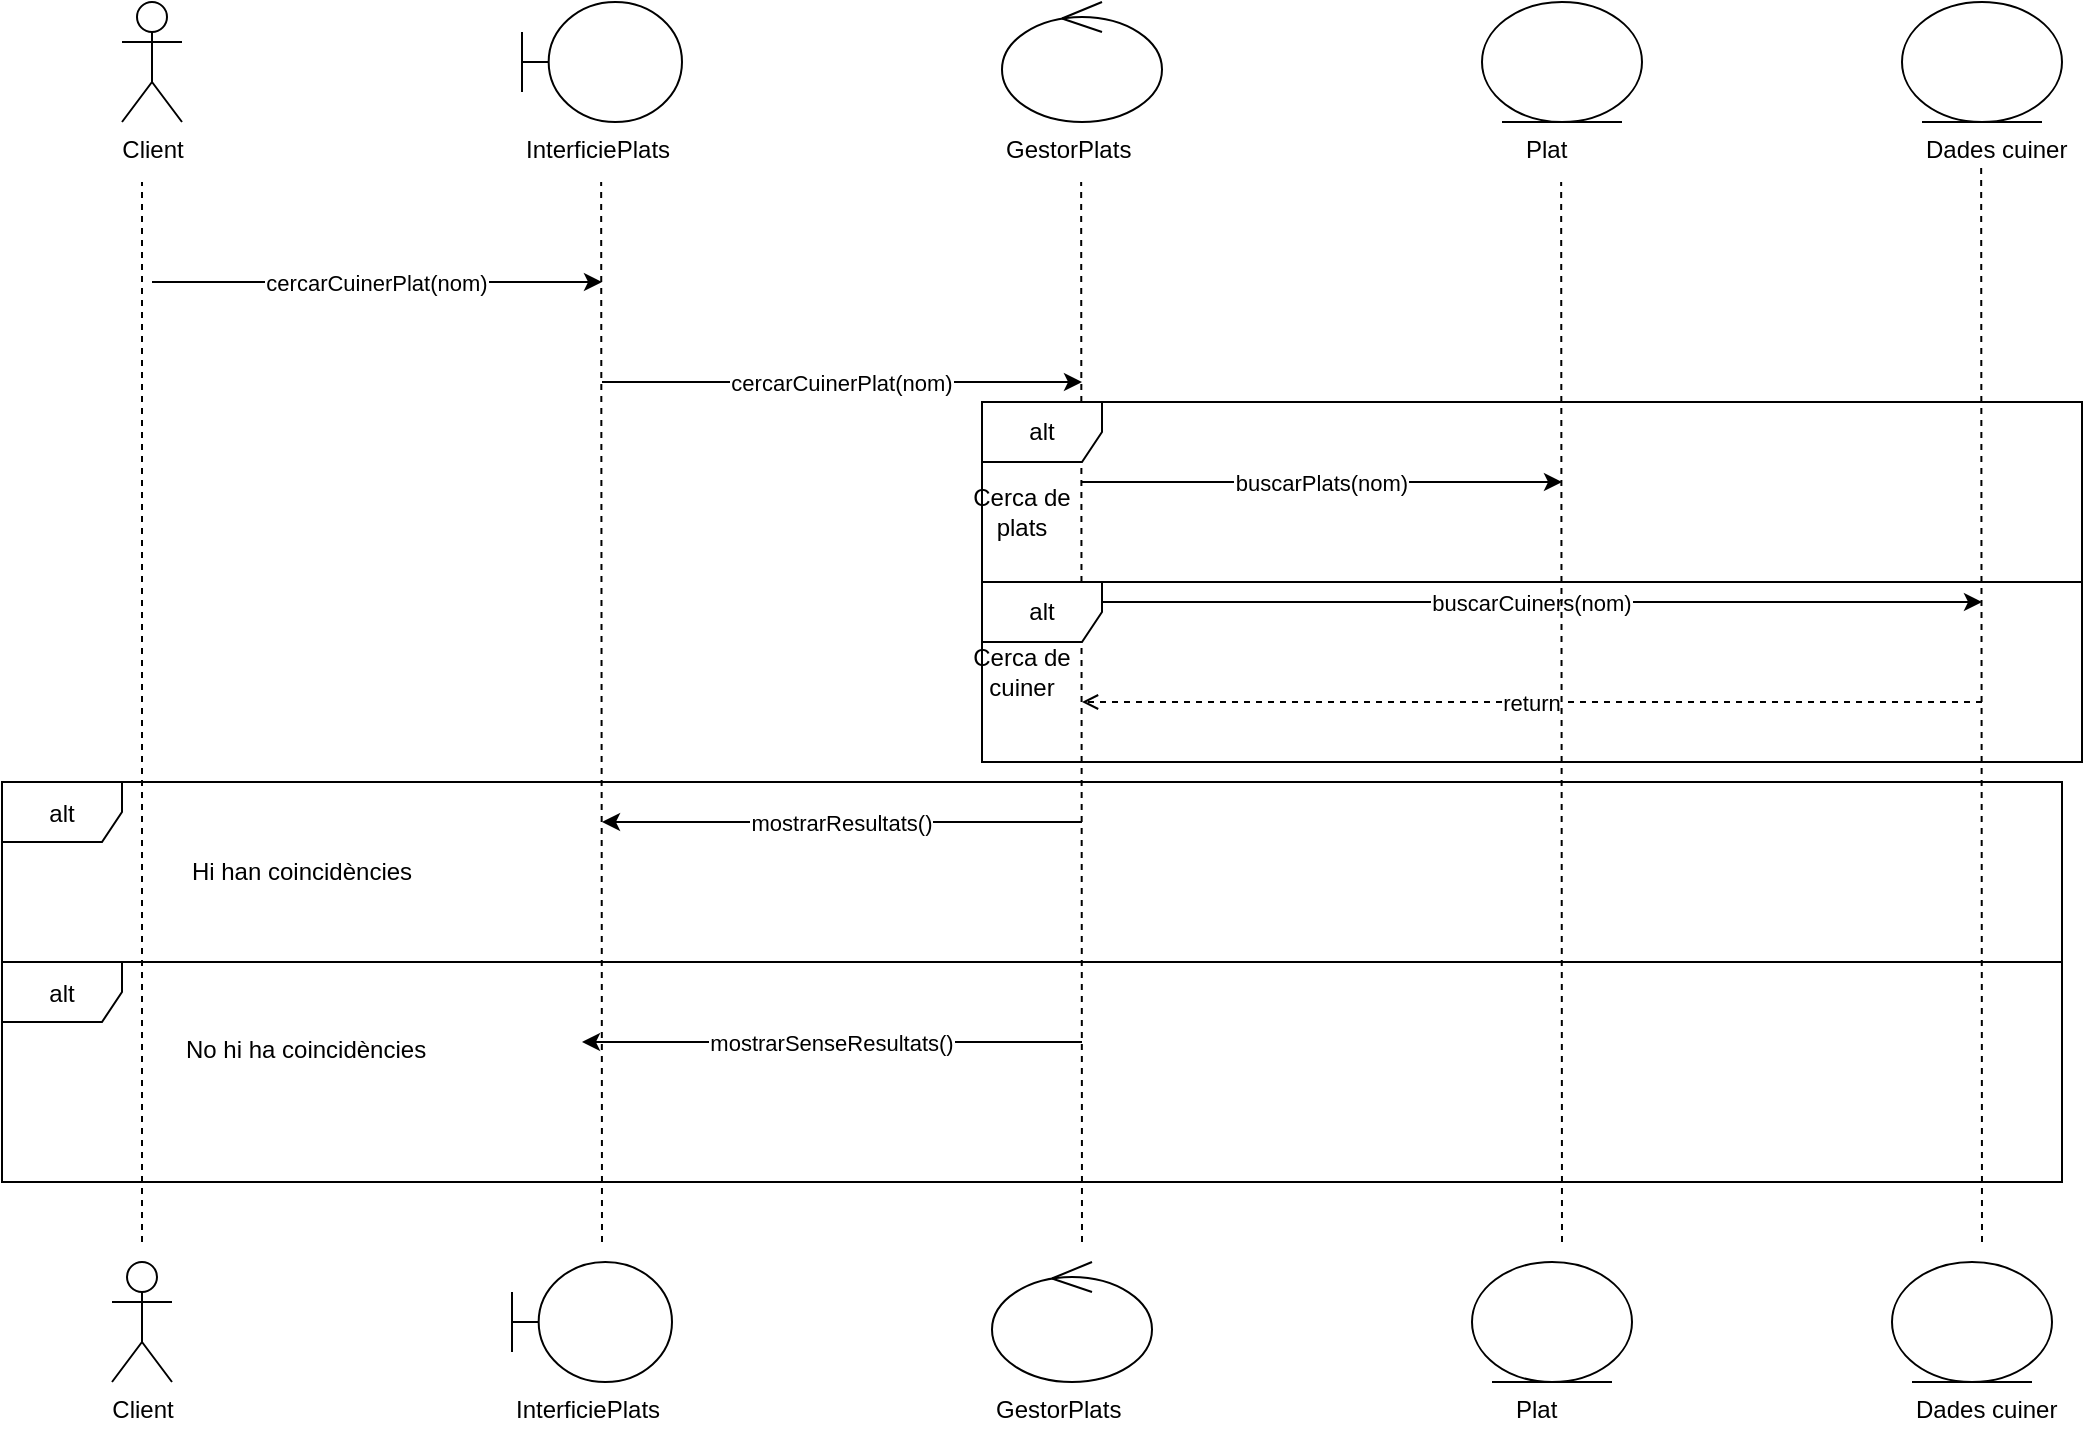
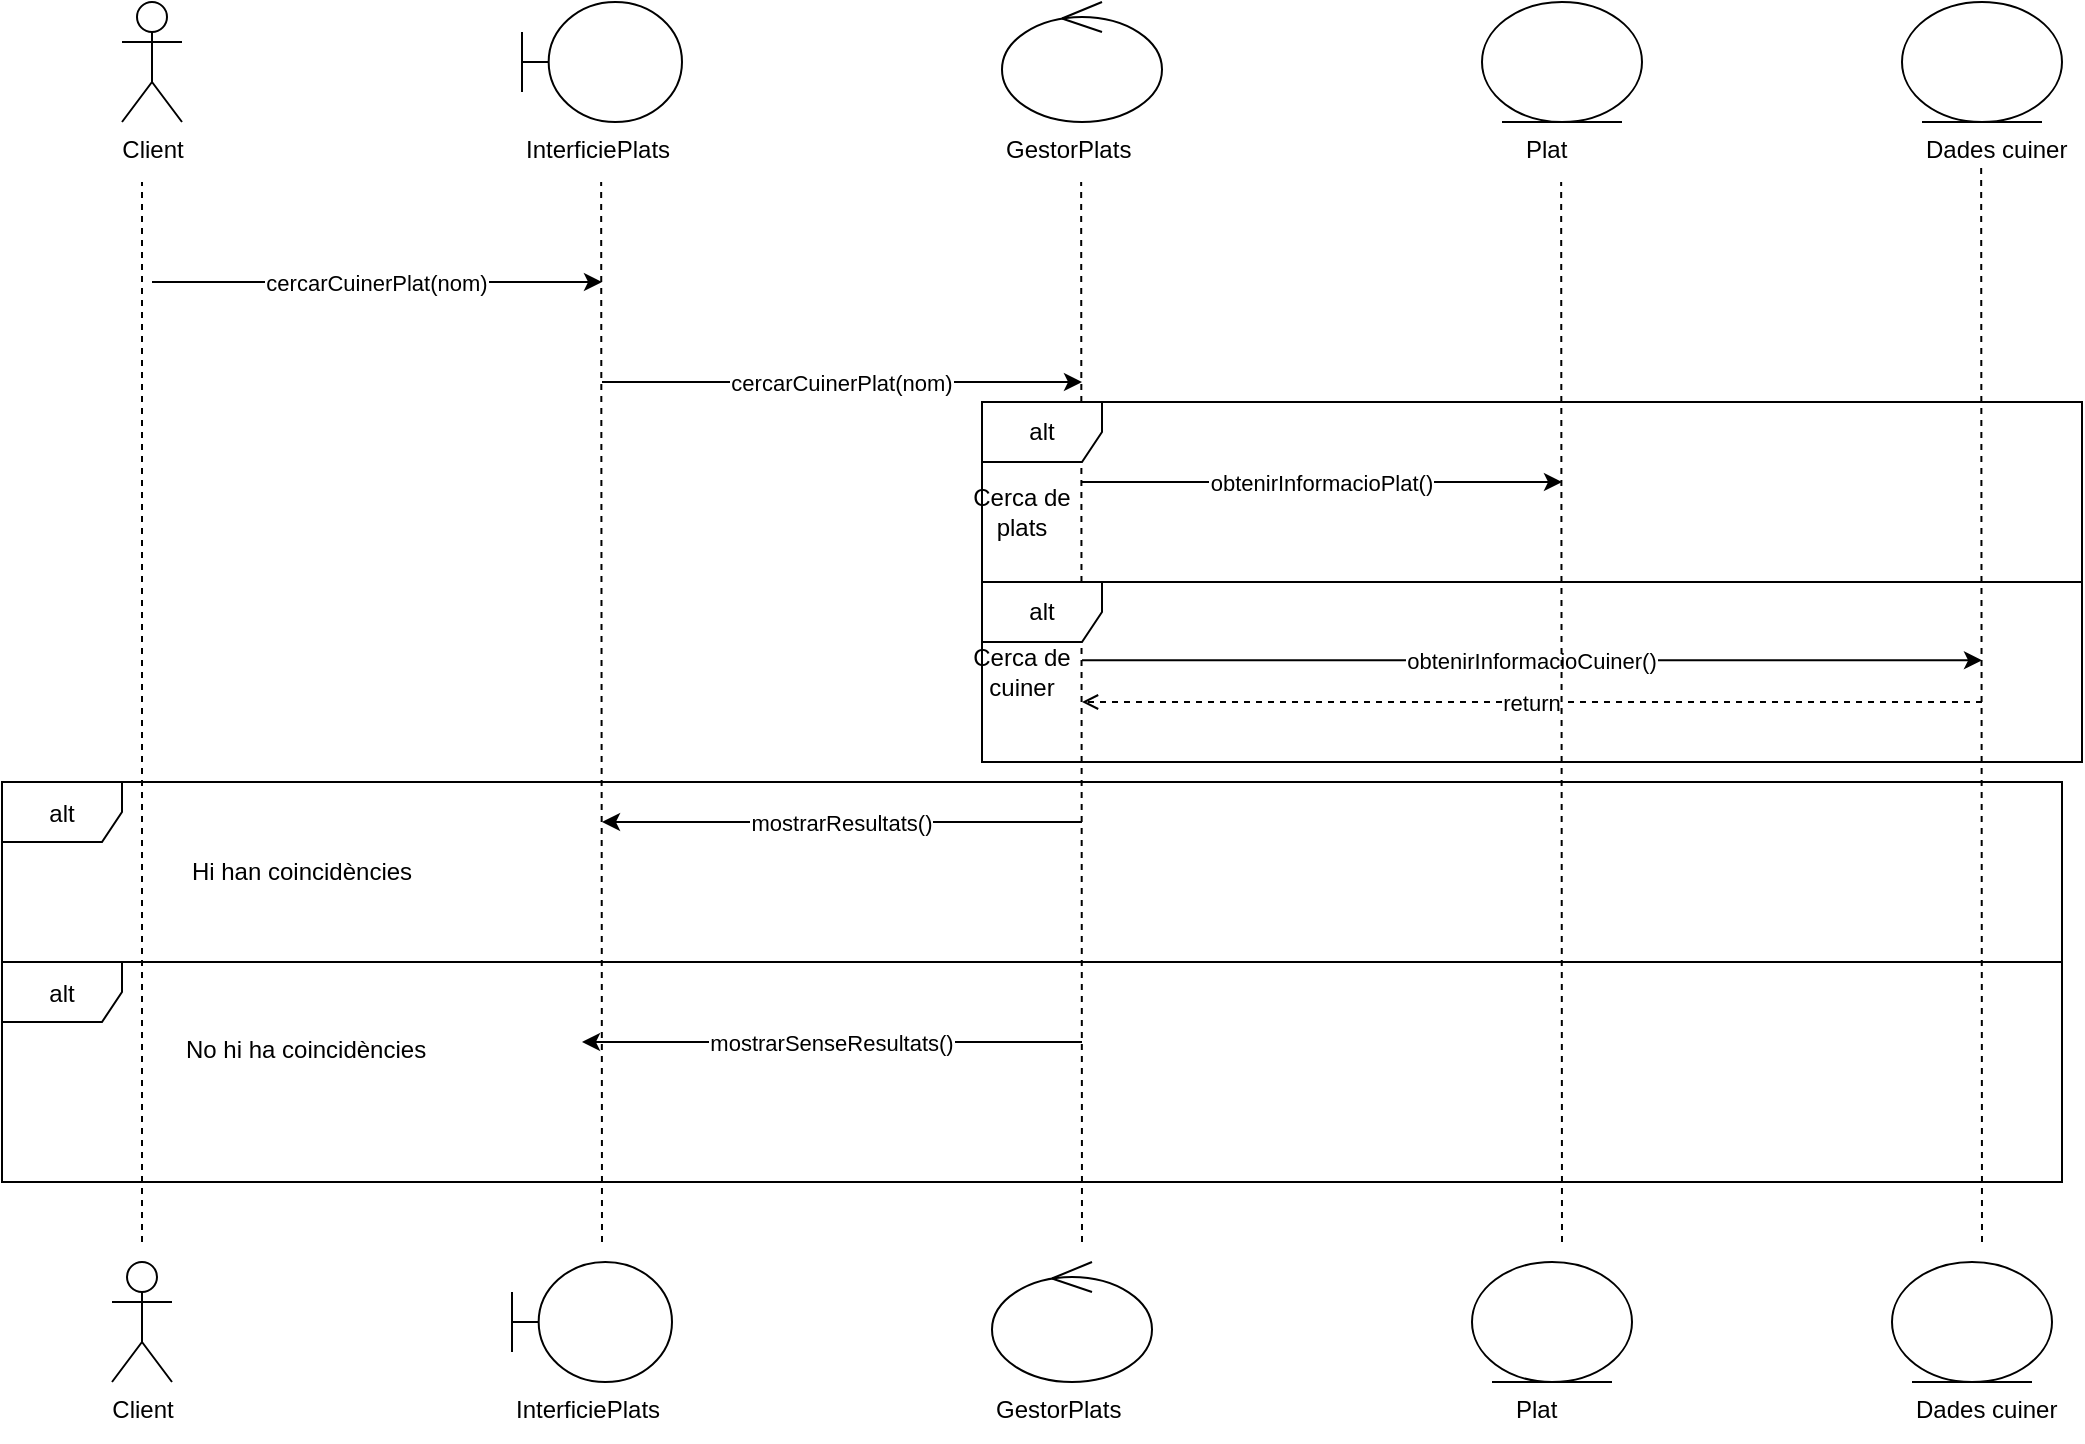
<mxfile host="Electron">
  <diagram name="Página-1" id="cercar_cuiner_plat">
-     <mxGraphModel dx="1824" dy="1185" grid="1" gridSize="10" guides="1" tooltips="1" connect="1" arrows="1" fold="1" page="1" pageScale="1" pageWidth="827" pageHeight="1169" math="0" shadow="0">
+     <mxGraphModel dx="1688" dy="1001" grid="1" gridSize="10" guides="1" tooltips="1" connect="1" arrows="1" fold="1" page="1" pageScale="1" pageWidth="827" pageHeight="1169" math="0" shadow="0">
      <root>
        <mxCell id="0" />
        <mxCell id="1" parent="0" />
        <mxCell id="client" parent="1" style="shape=umlActor;verticalLabelPosition=bottom;verticalAlign=top;html=1;" value="Client" vertex="1">
          <mxGeometry height="60" width="30" x="80" y="80" as="geometry" />
        </mxCell>
        <mxCell id="boundary" parent="1" style="shape=umlBoundary;html=1;" value="" vertex="1">
          <mxGeometry height="60" width="80" x="280" y="80" as="geometry" />
        </mxCell>
        <mxCell id="txt1" parent="1" style="text;strokeColor=none;fillColor=none;" value="InterficiePlats" vertex="1">
          <mxGeometry height="30" width="100" x="280" y="140" as="geometry" />
        </mxCell>
        <mxCell id="control" parent="1" style="ellipse;shape=umlControl;html=1;" value="" vertex="1">
          <mxGeometry height="60" width="80" x="520" y="80" as="geometry" />
        </mxCell>
        <mxCell id="txt2" parent="1" style="text;strokeColor=none;fillColor=none;" value="GestorPlats" vertex="1">
          <mxGeometry height="30" width="90" x="520" y="140" as="geometry" />
        </mxCell>
        <mxCell id="entity1" parent="1" style="ellipse;shape=umlEntity;html=1;" value="" vertex="1">
          <mxGeometry height="60" width="80" x="760" y="80" as="geometry" />
        </mxCell>
        <mxCell id="txt3" parent="1" style="text;strokeColor=none;fillColor=none;" value="Plat" vertex="1">
          <mxGeometry height="30" width="50" x="780" y="140" as="geometry" />
        </mxCell>
        <mxCell id="entity2" parent="1" style="ellipse;shape=umlEntity;html=1;" value="" vertex="1">
          <mxGeometry height="60" width="80" x="970" y="80" as="geometry" />
        </mxCell>
        <mxCell id="txt4" parent="1" style="text;strokeColor=none;fillColor=none;" value="Dades cuiner" vertex="1">
          <mxGeometry height="30" width="70" x="980" y="140" as="geometry" />
        </mxCell>
        <mxCell id="m1" edge="1" parent="1" style="endArrow=classic;" value="cercarCuinerPlat(nom)">
          <mxGeometry relative="1" as="geometry">
            <mxPoint x="95" y="220" as="sourcePoint" />
            <mxPoint x="320" y="220" as="targetPoint" />
          </mxGeometry>
        </mxCell>
        <mxCell id="m2" edge="1" parent="1" style="endArrow=classic;" value="cercarCuinerPlat(nom)">
          <mxGeometry relative="1" as="geometry">
            <mxPoint x="320" y="270" as="sourcePoint" />
            <mxPoint x="560" y="270" as="targetPoint" />
          </mxGeometry>
        </mxCell>
-         <mxCell id="m3" edge="1" parent="1" style="endArrow=classic;" value="buscarPlats(nom)">
+         <mxCell id="m3" edge="1" parent="1" style="endArrow=classic;" value="obtenirInformacioPlat()">
          <mxGeometry relative="1" as="geometry">
            <mxPoint x="560" y="320" as="sourcePoint" />
            <mxPoint x="800" y="320" as="targetPoint" />
          </mxGeometry>
        </mxCell>
-         <mxCell id="m4" edge="1" parent="1" style="endArrow=classic;" value="buscarCuiners(nom)">
+         <mxCell id="m4" edge="1" parent="1" style="endArrow=classic;" value="obtenirInformacioCuiner()">
          <mxGeometry relative="1" as="geometry">
-             <mxPoint x="560" y="380" as="sourcePoint" />
-             <mxPoint x="1010" y="380" as="targetPoint" />
+             <mxPoint x="560" y="409.17" as="sourcePoint" />
+             <mxPoint x="1010" y="409.17" as="targetPoint" />
          </mxGeometry>
        </mxCell>
        <mxCell id="ret" edge="1" parent="1" style="endArrow=open;dashed=1;" value="return">
          <mxGeometry relative="1" as="geometry">
            <mxPoint x="1010" y="430" as="sourcePoint" />
            <mxPoint x="560" y="430" as="targetPoint" />
          </mxGeometry>
        </mxCell>
        <mxCell id="m5" edge="1" parent="1" style="endArrow=classic;" value="mostrarResultats()">
          <mxGeometry relative="1" as="geometry">
            <mxPoint x="560" y="490" as="sourcePoint" />
            <mxPoint x="320" y="490" as="targetPoint" />
          </mxGeometry>
        </mxCell>
        <mxCell id="alt" parent="1" style="shape=umlFrame;" value="alt" vertex="1">
          <mxGeometry height="90" width="1030" x="20" y="470" as="geometry" />
        </mxCell>
        <mxCell id="txtalt" parent="1" style="text;strokeColor=none;fillColor=none;" value="No hi ha coincidències" vertex="1">
          <mxGeometry height="30" width="220" x="110" y="590" as="geometry" />
        </mxCell>
        <mxCell id="A1XEiGozphiwy6JuO3RF-1" edge="1" parent="1" style="endArrow=none;dashed=1;html=1;rounded=0;" value="">
          <mxGeometry height="50" relative="1" width="50" as="geometry">
            <mxPoint x="90" y="700" as="sourcePoint" />
            <mxPoint x="90" y="170" as="targetPoint" />
          </mxGeometry>
        </mxCell>
        <mxCell id="A1XEiGozphiwy6JuO3RF-2" edge="1" parent="1" style="endArrow=none;dashed=1;html=1;rounded=0;" value="">
          <mxGeometry height="50" relative="1" width="50" as="geometry">
            <mxPoint x="320" y="700" as="sourcePoint" />
            <mxPoint x="319.58" y="170" as="targetPoint" />
          </mxGeometry>
        </mxCell>
        <mxCell id="A1XEiGozphiwy6JuO3RF-3" edge="1" parent="1" style="endArrow=none;dashed=1;html=1;rounded=0;" value="">
          <mxGeometry height="50" relative="1" width="50" as="geometry">
            <mxPoint x="560" y="700" as="sourcePoint" />
            <mxPoint x="559.58" y="170" as="targetPoint" />
          </mxGeometry>
        </mxCell>
        <mxCell id="A1XEiGozphiwy6JuO3RF-4" edge="1" parent="1" style="endArrow=none;dashed=1;html=1;rounded=0;" value="">
          <mxGeometry height="50" relative="1" width="50" as="geometry">
            <mxPoint x="800" y="700" as="sourcePoint" />
            <mxPoint x="799.58" y="170" as="targetPoint" />
          </mxGeometry>
        </mxCell>
        <mxCell id="A1XEiGozphiwy6JuO3RF-5" edge="1" parent="1" style="endArrow=none;dashed=1;html=1;rounded=0;" value="">
          <mxGeometry height="50" relative="1" width="50" as="geometry">
            <mxPoint x="1010" y="700" as="sourcePoint" />
            <mxPoint x="1009.58" y="160" as="targetPoint" />
          </mxGeometry>
        </mxCell>
        <mxCell id="A1XEiGozphiwy6JuO3RF-6" parent="1" style="shape=umlFrame;whiteSpace=wrap;html=1;pointerEvents=0;" value="alt" vertex="1">
          <mxGeometry height="90" width="550" x="510" y="280" as="geometry" />
        </mxCell>
        <mxCell id="A1XEiGozphiwy6JuO3RF-7" parent="1" style="shape=umlFrame;whiteSpace=wrap;html=1;pointerEvents=0;" value="alt" vertex="1">
          <mxGeometry height="90" width="550" x="510" y="370" as="geometry" />
        </mxCell>
        <mxCell id="A1XEiGozphiwy6JuO3RF-8" parent="1" style="text;html=1;whiteSpace=wrap;strokeColor=none;fillColor=none;align=center;verticalAlign=middle;rounded=0;" value="Cerca de plats" vertex="1">
          <mxGeometry height="10" width="60" x="500" y="330" as="geometry" />
        </mxCell>
        <mxCell id="A1XEiGozphiwy6JuO3RF-9" parent="1" style="text;html=1;whiteSpace=wrap;strokeColor=none;fillColor=none;align=center;verticalAlign=middle;rounded=0;" value="Cerca de cuiner" vertex="1">
          <mxGeometry height="10" width="60" x="500" y="410" as="geometry" />
        </mxCell>
        <mxCell id="A1XEiGozphiwy6JuO3RF-10" parent="1" style="shape=umlFrame;" value="alt" vertex="1">
          <mxGeometry height="110" width="1030" x="20" y="560" as="geometry" />
        </mxCell>
        <mxCell id="A1XEiGozphiwy6JuO3RF-11" edge="1" parent="1" style="endArrow=classic;" value="mostrarSenseResultats()">
          <mxGeometry relative="1" as="geometry">
            <mxPoint x="560" y="600" as="sourcePoint" />
            <mxPoint x="310" y="600" as="targetPoint" />
          </mxGeometry>
        </mxCell>
        <mxCell id="RP0E9dZ_zBno-3Bzaahe-10" parent="1" style="text;html=1;whiteSpace=wrap;strokeColor=none;fillColor=none;align=center;verticalAlign=middle;rounded=0;" value="Hi han coincidències" vertex="1">
          <mxGeometry height="30" width="120" x="110" y="500" as="geometry" />
        </mxCell>
        <mxCell id="RP0E9dZ_zBno-3Bzaahe-11" parent="1" style="shape=umlActor;verticalLabelPosition=bottom;verticalAlign=top;html=1;" value="Client" vertex="1">
          <mxGeometry height="60" width="30" x="75" y="710" as="geometry" />
        </mxCell>
        <mxCell id="RP0E9dZ_zBno-3Bzaahe-12" parent="1" style="shape=umlBoundary;html=1;" value="" vertex="1">
          <mxGeometry height="60" width="80" x="275" y="710" as="geometry" />
        </mxCell>
        <mxCell id="RP0E9dZ_zBno-3Bzaahe-13" parent="1" style="text;strokeColor=none;fillColor=none;" value="InterficiePlats" vertex="1">
          <mxGeometry height="30" width="100" x="275" y="770" as="geometry" />
        </mxCell>
        <mxCell id="RP0E9dZ_zBno-3Bzaahe-14" parent="1" style="ellipse;shape=umlControl;html=1;" value="" vertex="1">
          <mxGeometry height="60" width="80" x="515" y="710" as="geometry" />
        </mxCell>
        <mxCell id="RP0E9dZ_zBno-3Bzaahe-15" parent="1" style="text;strokeColor=none;fillColor=none;" value="GestorPlats" vertex="1">
          <mxGeometry height="30" width="90" x="515" y="770" as="geometry" />
        </mxCell>
        <mxCell id="RP0E9dZ_zBno-3Bzaahe-16" parent="1" style="ellipse;shape=umlEntity;html=1;" value="" vertex="1">
          <mxGeometry height="60" width="80" x="755" y="710" as="geometry" />
        </mxCell>
        <mxCell id="RP0E9dZ_zBno-3Bzaahe-17" parent="1" style="text;strokeColor=none;fillColor=none;" value="Plat" vertex="1">
          <mxGeometry height="30" width="50" x="775" y="770" as="geometry" />
        </mxCell>
        <mxCell id="RP0E9dZ_zBno-3Bzaahe-18" parent="1" style="ellipse;shape=umlEntity;html=1;" value="" vertex="1">
          <mxGeometry height="60" width="80" x="965" y="710" as="geometry" />
        </mxCell>
        <mxCell id="RP0E9dZ_zBno-3Bzaahe-19" parent="1" style="text;strokeColor=none;fillColor=none;" value="Dades cuiner" vertex="1">
          <mxGeometry height="30" width="70" x="975" y="770" as="geometry" />
        </mxCell>
      </root>
    </mxGraphModel>
  </diagram>
</mxfile>
